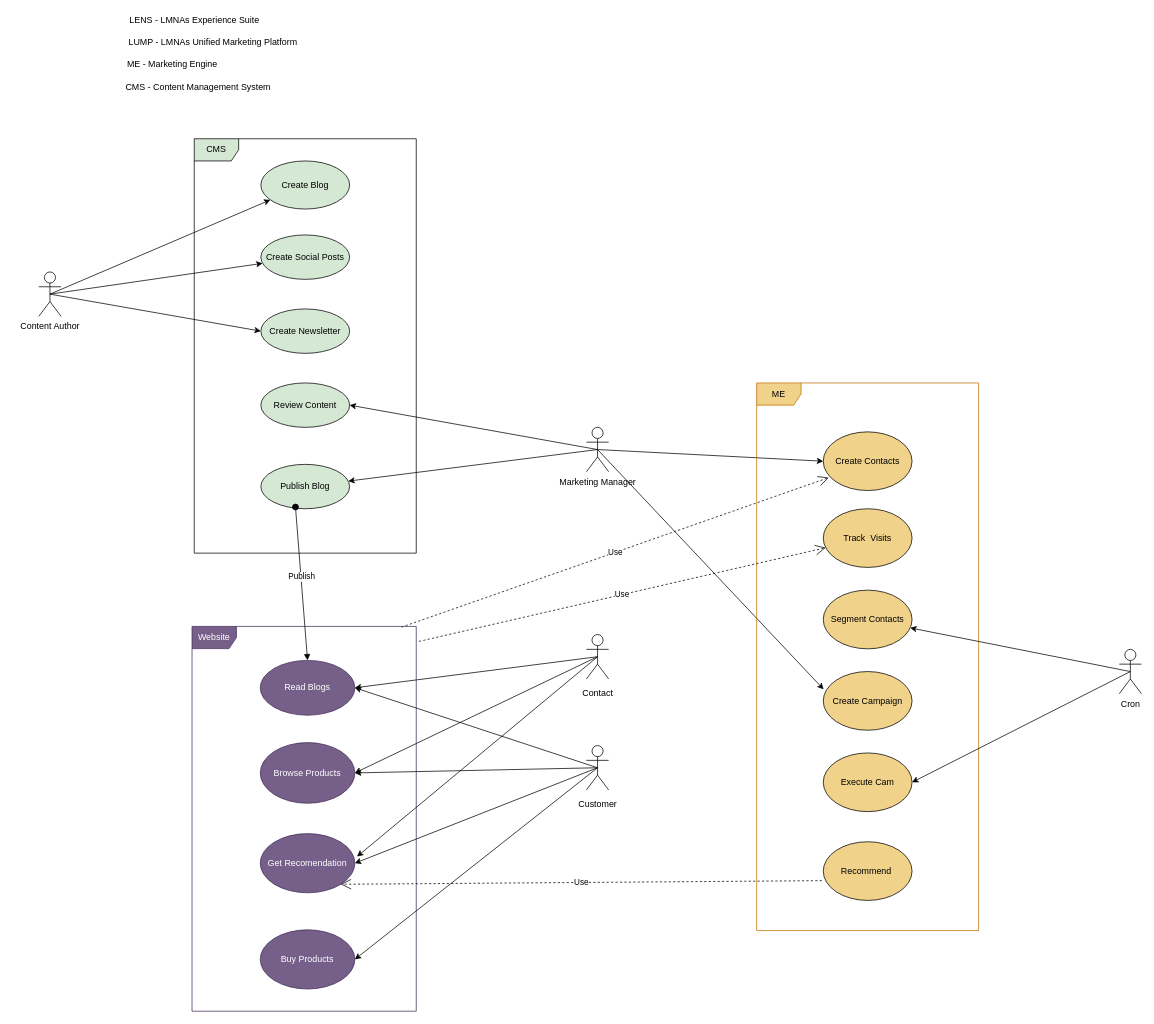
Earlier version of the draw.io diagram page "LUMP - Use Case Diagram" (2 of 2) of lens-hlighlevel-solution-architecture.drawio (lmnaslimited/iyakkam). Source tidied: cells renumbered, new cells numbered last; positions are measured from the earlier drawing's top-left corner, leaving out a move shared by most shapes. Both pictures are drawn from the tidied source at 74%, with x=0, y=0 at pixel (38, 13).
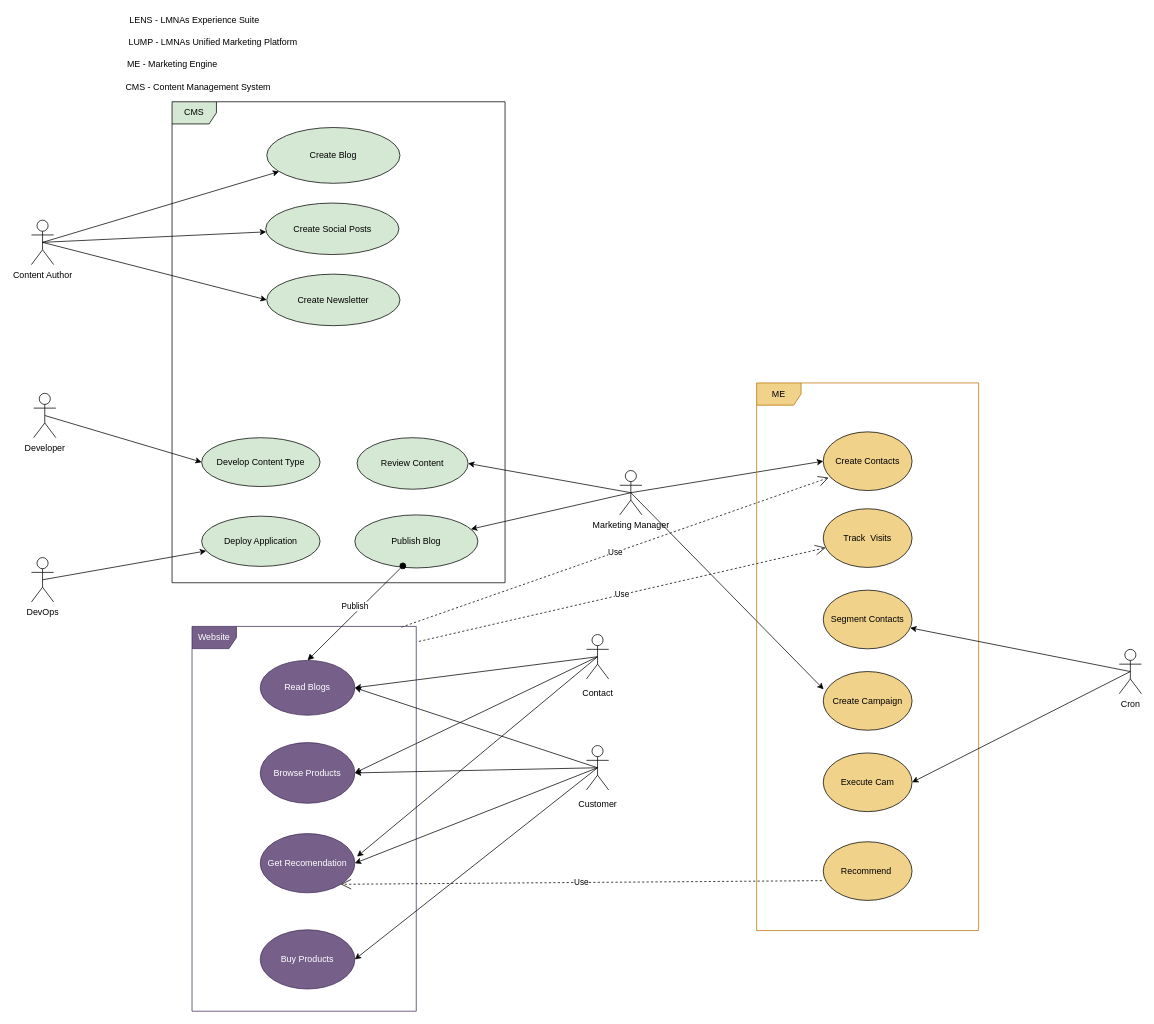
After the change.

Commit message:
Developer added to CMS

Change to the diagram source:
```diff
@@
     <mxCell id="5" value="Content Author" style="shape=umlActor;verticalLabelPosition=bottom;verticalAlign=top;html=1;" parent="1" vertex="1">
-      <mxGeometry y="350" width="30" height="60" as="geometry" />
+      <mxGeometry x="-10" y="280" width="30" height="60" as="geometry" />
     </mxCell>
@@
     <mxCell id="10" value="Marketing Manager" style="shape=umlActor;verticalLabelPosition=bottom;verticalAlign=top;html=1;" parent="1" vertex="1">
-      <mxGeometry x="740" y="560" width="30" height="60" as="geometry" />
+      <mxGeometry x="785" y="618.3" width="30" height="60" as="geometry" />
     </mxCell>
@@
     <mxCell id="26" style="group;" parent="1" vertex="1">
-      <mxGeometry x="210" y="170" width="300" height="560" as="geometry" />
+      <mxGeometry x="180" y="120" width="450" height="650" as="geometry" />
     </mxCell>
     <mxCell id="27" value="CMS" style="shape=umlFrame;whiteSpace=wrap;html=1;fillColor=#D5E8D4;labelBackgroundColor=none;" parent="26" vertex="1">
-      <mxGeometry width="300" height="560" as="geometry" />
+      <mxGeometry width="450" height="650" as="geometry" />
     </mxCell>
     <mxCell id="28" value="Create Blog" style="ellipse;whiteSpace=wrap;html=1;labelBackgroundColor=none;fillColor=#D5E8D4;" parent="26" vertex="1">
-      <mxGeometry x="90" y="30" width="120" height="65" as="geometry" />
+      <mxGeometry x="128" y="34.8" width="180" height="75.4" as="geometry" />
     </mxCell>
     <mxCell id="29" value="Create Social Posts" style="ellipse;whiteSpace=wrap;html=1;fillColor=#D5E8D4;labelBackgroundColor=none;" parent="26" vertex="1">
-      <mxGeometry x="90" y="130" width="120" height="60" as="geometry" />
+      <mxGeometry x="126.6" y="136.9" width="180" height="69.6" as="geometry" />
     </mxCell>
     <mxCell id="30" value="Create Newsletter" style="ellipse;whiteSpace=wrap;html=1;fillColor=#D5E8D4;labelBackgroundColor=none;" parent="26" vertex="1">
-      <mxGeometry x="90" y="230" width="120" height="60" as="geometry" />
+      <mxGeometry x="128" y="233" width="180" height="69.6" as="geometry" />
     </mxCell>
     <mxCell id="31" value="Review Content" style="ellipse;whiteSpace=wrap;html=1;fillColor=#D5E8D4;labelBackgroundColor=none;" parent="26" vertex="1">
-      <mxGeometry x="90" y="330" width="120" height="60" as="geometry" />
+      <mxGeometry x="250" y="454" width="150" height="69.6" as="geometry" />
     </mxCell>
     <mxCell id="32" value="Publish Blog" style="ellipse;whiteSpace=wrap;html=1;fillColor=#D5E8D4;labelBackgroundColor=none;" parent="26" vertex="1">
-      <mxGeometry x="90" y="440" width="120" height="60" as="geometry" />
+      <mxGeometry x="247" y="558.3" width="166.3" height="71.7" as="geometry" />
     </mxCell>
+    <mxCell id="56" value="Develop Content Type" style="ellipse;whiteSpace=wrap;html=1;fillColor=#D5E8D4;labelBackgroundColor=none;" parent="26" vertex="1">
+      <mxGeometry x="40" y="454" width="160" height="66" as="geometry" />
+    </mxCell>
+    <mxCell id="57" value="Deploy Application" style="ellipse;whiteSpace=wrap;html=1;fillColor=#D5E8D4;labelBackgroundColor=none;" parent="26" vertex="1">
+      <mxGeometry x="40" y="560" width="160" height="67.9" as="geometry" />
+    </mxCell>
@@
+    <mxCell id="58" style="edgeStyle=none;rounded=0;jettySize=auto;html=1;exitX=0.5;exitY=0.5;exitDx=0;exitDy=0;exitPerimeter=0;entryX=0;entryY=0.5;entryDx=0;entryDy=0;" parent="1" edge="1" source="59" target="56">
+      <mxGeometry relative="1" as="geometry" />
+    </mxCell>
+    <mxCell id="59" value="Developer" style="shape=umlActor;verticalLabelPosition=bottom;verticalAlign=top;html=1;" parent="1" vertex="1">
+      <mxGeometry x="-7" y="514" width="30" height="60" as="geometry" />
+    </mxCell>
+    <mxCell id="60" style="edgeStyle=none;rounded=0;jettySize=auto;html=1;exitX=0.5;exitY=0.5;exitDx=0;exitDy=0;exitPerimeter=0;" parent="1" edge="1" source="61" target="57">
+      <mxGeometry relative="1" as="geometry" />
+    </mxCell>
+    <mxCell id="61" value="DevOps" style="shape=umlActor;verticalLabelPosition=bottom;verticalAlign=top;html=1;" parent="1" vertex="1">
+      <mxGeometry x="-10" y="736" width="30" height="60" as="geometry" />
+    </mxCell>
```
